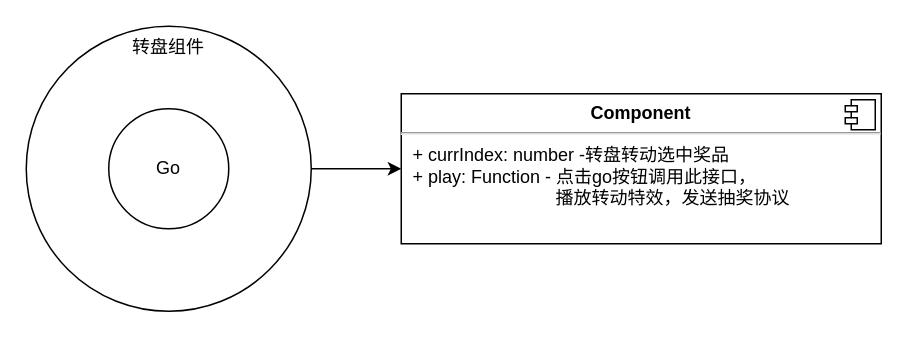
itrookie-sky/diagrams keeps this draw.io diagram as wheel.drawio. Above is the earlier version. Source tidied: cells renumbered, new cells numbered last; positions are measured from the earlier drawing's top-left corner, leaving out a move shared by most shapes. Both pictures are drawn from the tidied source at 150%, with x=0, y=0 at pixel (26, 26).
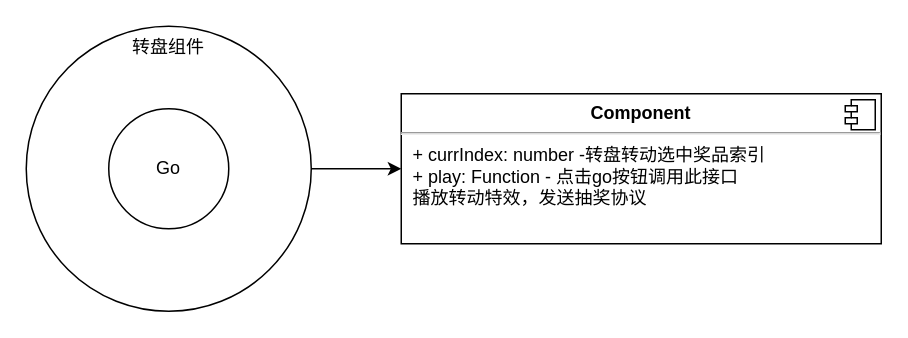
After the change.

What changed in the source:
```diff
@@
 <mxGraphModel>
   <root>
     <mxCell id="0" />
     <mxCell id="1" parent="0" />
     <mxCell id="2" value="&lt;span&gt;转盘组件&lt;/span&gt;" style="ellipse;whiteSpace=wrap;html=1;align=center;verticalAlign=top;" parent="1" vertex="1">
       <mxGeometry width="190" height="190" as="geometry" />
     </mxCell>
-    <mxCell id="3" value="&lt;p style=&quot;margin: 0px ; margin-top: 6px ; text-align: center&quot;&gt;&lt;b&gt;Component&lt;/b&gt;&lt;/p&gt;&lt;hr&gt;&lt;p style=&quot;margin: 0px ; margin-left: 8px&quot;&gt;+&lt;span&gt;&amp;nbsp;currIndex: number -转盘转动选中奖品&lt;/span&gt;&lt;/p&gt;&lt;p style=&quot;margin: 0px ; margin-left: 8px&quot;&gt;&lt;span&gt;+ play: Function - 点击go按钮调用此接口，&lt;/span&gt;&lt;/p&gt;&lt;div&gt;&lt;span&gt;&amp;nbsp; &amp;nbsp; &amp;nbsp; &amp;nbsp; &amp;nbsp; &amp;nbsp; &amp;nbsp; &amp;nbsp; &amp;nbsp; &amp;nbsp; &amp;nbsp; &amp;nbsp; &amp;nbsp; &amp;nbsp; &amp;nbsp; &amp;nbsp;播放转动特效，发送抽奖协议&lt;/span&gt;&lt;/div&gt;&lt;p&gt;&lt;/p&gt;" style="align=left;overflow=fill;html=1;" parent="1" vertex="1">
+    <mxCell id="3" value="&lt;p style=&quot;margin: 0px ; margin-top: 6px ; text-align: center&quot;&gt;&lt;b&gt;Component&lt;/b&gt;&lt;/p&gt;&lt;hr&gt;&lt;p style=&quot;margin: 0px ; margin-left: 8px&quot;&gt;+&lt;span&gt;&amp;nbsp;currIndex: number -转盘转动选中奖品索引&lt;/span&gt;&lt;/p&gt;&lt;p style=&quot;margin: 0px ; margin-left: 8px&quot;&gt;&lt;span&gt;+ play: Function - 点击go按钮调用此接口&lt;/span&gt;&lt;/p&gt;&lt;p style=&quot;margin: 0px ; margin-left: 8px&quot;&gt;&lt;span&gt;播放转动特效，发送抽奖协议&lt;/span&gt;&lt;/p&gt;&lt;p&gt;&lt;/p&gt;" style="align=left;overflow=fill;html=1;" parent="1" vertex="1">
       <mxGeometry x="250" y="45" width="320" height="100" as="geometry" />
     </mxCell>
     <mxCell id="4" style="shape=component;jettyWidth=8;jettyHeight=4;" parent="3" vertex="1">
       <mxGeometry x="1" width="20" height="20" relative="1" as="geometry">
         <mxPoint x="-24" y="4" as="offset" />
       </mxGeometry>
     </mxCell>
     <mxCell id="5" style="endArrow=classic;html=1;exitX=1;exitY=0.5;exitDx=0;exitDy=0;entryX=0;entryY=0.5;entryDx=0;entryDy=0;" parent="1" edge="1" source="2" target="3">
       <mxGeometry relative="1" as="geometry" />
     </mxCell>
     <mxCell id="6" value="Go" style="ellipse;whiteSpace=wrap;html=1;" parent="1" vertex="1">
       <mxGeometry x="55" y="55" width="80" height="80" as="geometry" />
     </mxCell>
   </root>
 </mxGraphModel>
```
